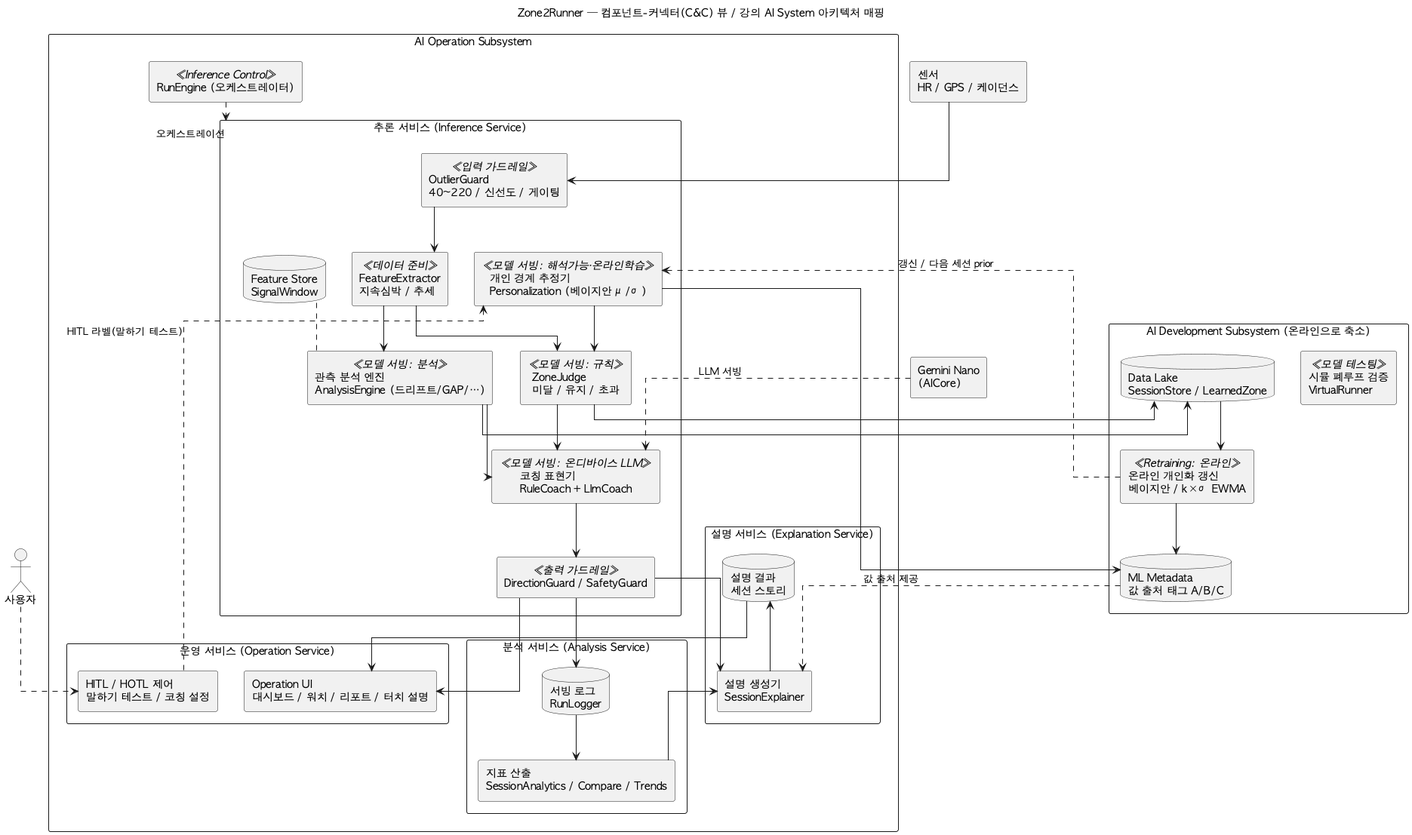
Before: arch/diagrams/02-component-cnc.png, a diagram exported from PlantUML (tenyearslove/zone2runner).
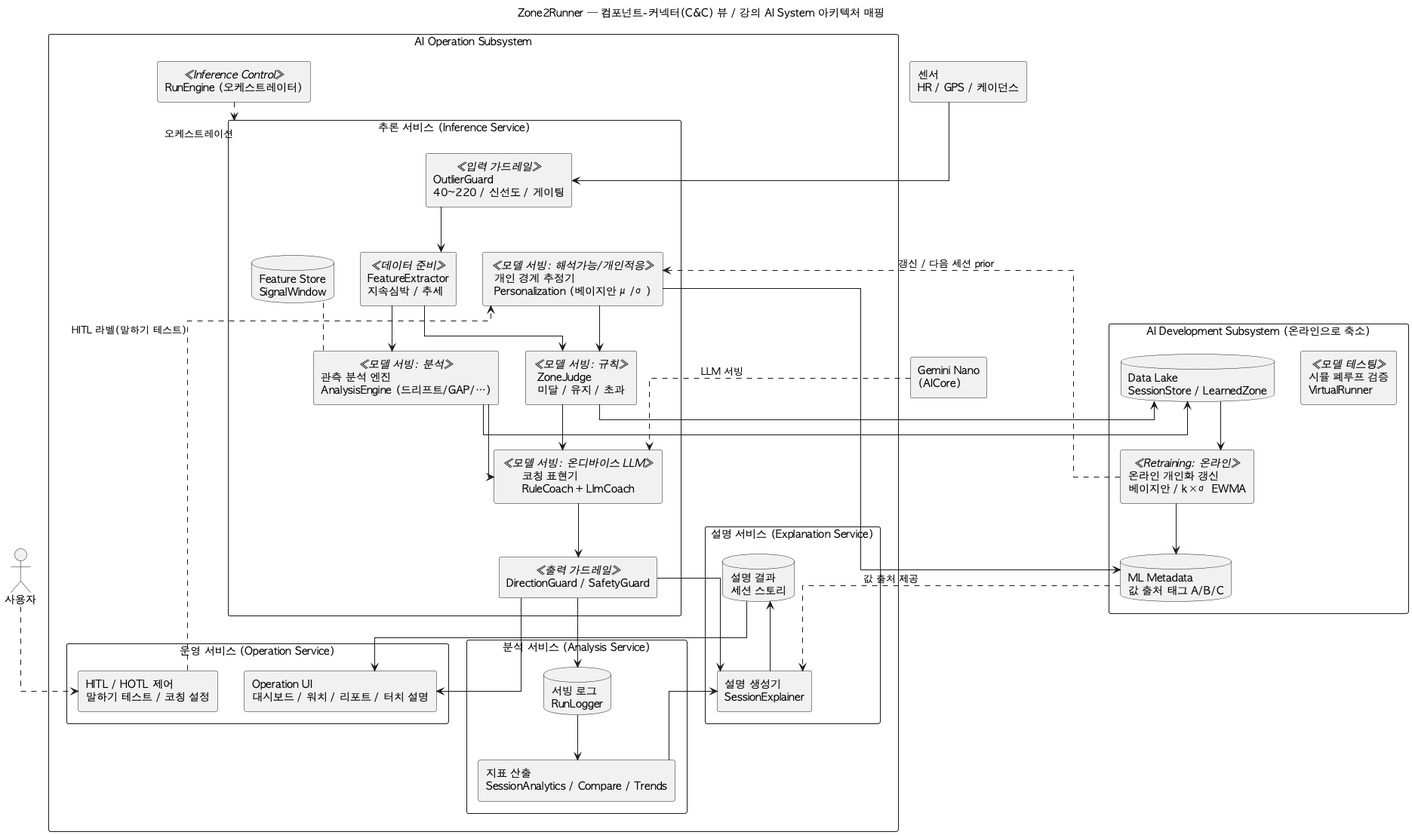
After the change.

The edit, as a diff of the source:
```diff
@@ -16,7 +16,7 @@
     component "OutlierGuard\n40~220 / 신선도 / 게이팅" <<입력 가드레일>> as IG
     component "FeatureExtractor\n지속심박 / 추세" <<데이터 준비>> as FE
     component "ZoneJudge\n미달 / 유지 / 초과" <<모델 서빙: 규칙>> as JUDGE
-    component "개인 경계 추정기\nPersonalization (베이지안 μ/σ)" <<모델 서빙: 해석가능·온라인학습>> as BND
+    component "개인 경계 추정기\nPersonalization (베이지안 μ/σ)" <<모델 서빙: 해석가능/개인적응>> as BND
     component "관측 분석 엔진\nAnalysisEngine (드리프트/GAP/…)" <<모델 서빙: 분석>> as ANA
     component "코칭 표현기\nRuleCoach + LlmCoach" <<모델 서빙: 온디바이스 LLM>> as COACH
     component "DirectionGuard / SafetyGuard" <<출력 가드레일>> as OG
```
